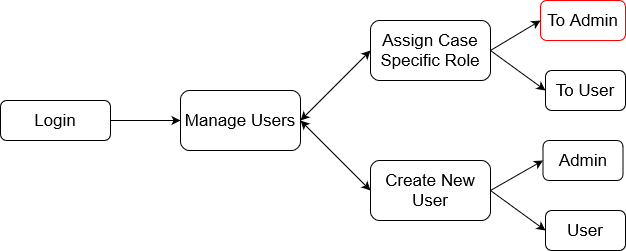
This is Platform_roles_diagrams/superAdminPlatformRole.drawio.png from prusovak2/SwProjectDiagrams, a draw.io export, as it was before one commit. Source tidied: cells renumbered, new cells last; positions are measured from the earlier drawing's top-left corner, leaving out a move shared by most shapes.
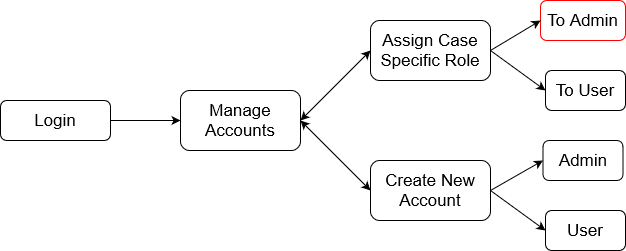
Above is the later version.

Diff of the diagram source:
```diff
@@ -8,13 +8,13 @@
     <mxCell id="3" value="&lt;font style=&quot;font-size: 17px&quot;&gt;Login&lt;/font&gt;" style="rounded=1;whiteSpace=wrap;html=1;" parent="1" vertex="1">
       <mxGeometry y="100" width="110" height="40" as="geometry" />
     </mxCell>
-    <mxCell id="4" value="Manage Users" style="rounded=1;whiteSpace=wrap;html=1;fontSize=17;strokeWidth=1;" parent="1" vertex="1">
+    <mxCell id="4" value="Manage Accounts" style="rounded=1;whiteSpace=wrap;html=1;fontSize=17;strokeWidth=1;" parent="1" vertex="1">
       <mxGeometry x="180" y="90" width="120" height="60" as="geometry" />
     </mxCell>
     <mxCell id="5" value="Assign Case Specific Role" style="rounded=1;whiteSpace=wrap;html=1;fontSize=17;strokeWidth=1;" parent="1" vertex="1">
       <mxGeometry x="370" y="20" width="120" height="60" as="geometry" />
     </mxCell>
-    <mxCell id="6" value="Create New User" style="rounded=1;whiteSpace=wrap;html=1;fontSize=17;strokeWidth=1;" parent="1" vertex="1">
+    <mxCell id="6" value="Create New Account" style="rounded=1;whiteSpace=wrap;html=1;fontSize=17;strokeWidth=1;" parent="1" vertex="1">
       <mxGeometry x="370" y="160" width="120" height="60" as="geometry" />
     </mxCell>
     <mxCell id="7" value="To User" style="rounded=1;whiteSpace=wrap;html=1;fontSize=17;strokeWidth=1;" parent="1" vertex="1">
```
